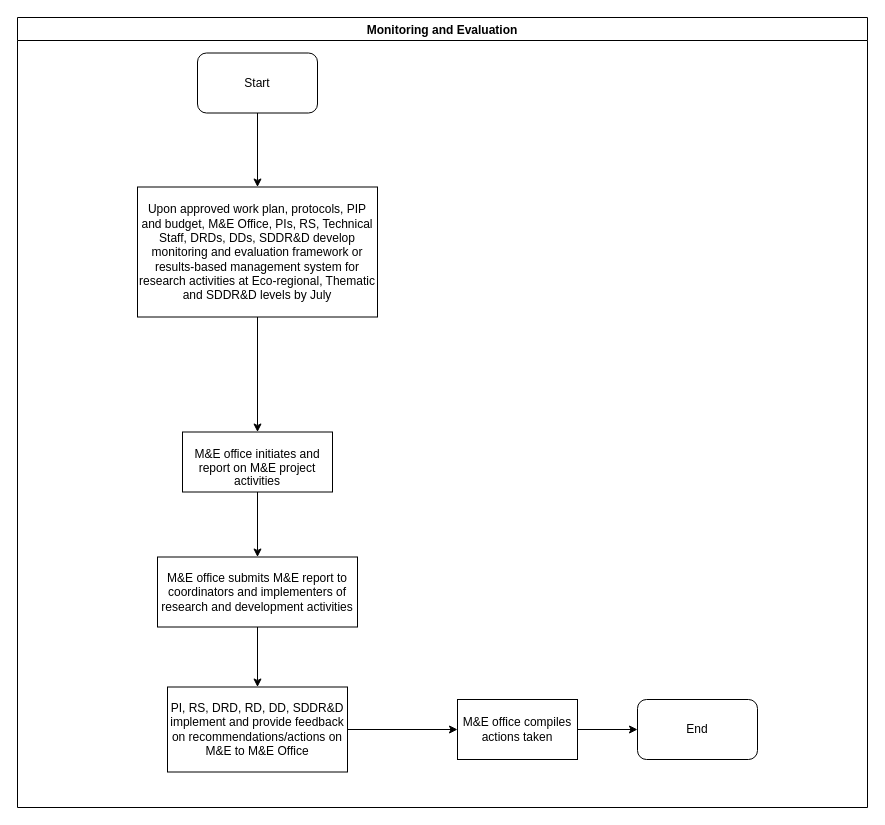
Above: KEFRI-R&D-Monitoring and evaluation.drawio in kmagua/flowcharts (draw.io), before the change. Source tidied: cells renumbered, new cells numbered last; positions are measured from the earlier drawing's top-left corner, leaving out a move shared by most shapes. Both pictures are drawn from the tidied source at 100%, with x=0, y=0 at pixel (17, 17).
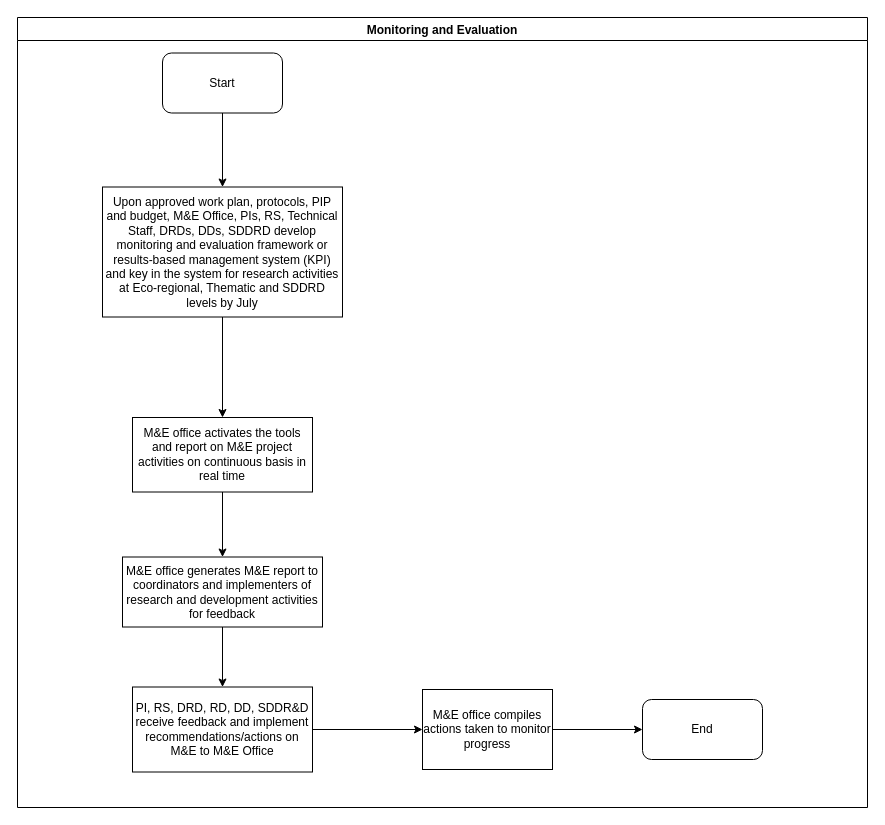
After the change.

Change to the diagram source:
```diff
@@
 <mxGraphModel>
   <root>
     <mxCell id="0" />
     <mxCell id="1" parent="0" />
     <mxCell id="2" value="Monitoring and Evaluation" style="swimlane;" parent="1" vertex="1">
       <mxGeometry width="850" height="790" as="geometry" />
     </mxCell>
     <mxCell id="3" value="Start" style="rounded=1;whiteSpace=wrap;html=1;" parent="2" vertex="1">
-      <mxGeometry x="180" y="35.5" width="120" height="60" as="geometry" />
+      <mxGeometry x="145" y="35.5" width="120" height="60" as="geometry" />
     </mxCell>
-    <mxCell id="4" value="Upon approved work plan, protocols, PIP and budget, M&amp;amp;E Office, PIs, RS, Technical Staff, DRDs, DDs, SDDR&amp;amp;D develop monitoring and evaluation framework or results-based management system for research activities at Eco-regional, Thematic and SDDR&amp;amp;D levels by July" style="rounded=0;whiteSpace=wrap;html=1;" parent="2" vertex="1">
-      <mxGeometry x="120" y="169.5" width="240" height="130" as="geometry" />
+    <mxCell id="4" value="Upon approved work plan, protocols, PIP and budget, M&amp;amp;E Office, PIs, RS, Technical Staff, DRDs, DDs, SDDRD develop monitoring and evaluation framework or results-based management system (KPI) and key in the system for research activities at Eco-regional, Thematic and SDDRD levels by July &lt;br&gt;" style="rounded=0;whiteSpace=wrap;html=1;" parent="2" vertex="1">
+      <mxGeometry x="85" y="169.5" width="240" height="130" as="geometry" />
     </mxCell>
     <mxCell id="5" style="edgeStyle=orthogonalEdgeStyle;rounded=0;jettySize=auto;html=1;" parent="2" edge="1" source="3" target="4">
       <mxGeometry relative="1" as="geometry" />
     </mxCell>
-    <mxCell id="6" value="&lt;p style=&quot;margin-bottom: 0in ; line-height: 115%&quot;&gt;M&amp;amp;E office initiates and report on M&amp;amp;E project activities&lt;/p&gt;" style="whiteSpace=wrap;html=1;rounded=0;" parent="2" vertex="1">
-      <mxGeometry x="165" y="414.5" width="150" height="60" as="geometry" />
+    <mxCell id="6" value="M&amp;amp;E office activates the tools and report on M&amp;amp;E project activities on continuous basis in real time" style="whiteSpace=wrap;html=1;rounded=0;" parent="2" vertex="1">
+      <mxGeometry x="115" y="400" width="180" height="74.5" as="geometry" />
     </mxCell>
     <mxCell id="7" style="edgeStyle=orthogonalEdgeStyle;rounded=0;jettySize=auto;html=1;" parent="2" edge="1" source="4" target="6">
       <mxGeometry relative="1" as="geometry" />
     </mxCell>
-    <mxCell id="8" value="M&amp;amp;E office submits M&amp;amp;E report to coordinators and implementers of research and development activities" style="whiteSpace=wrap;html=1;rounded=0;" parent="2" vertex="1">
-      <mxGeometry x="140" y="539.5" width="200" height="70" as="geometry" />
+    <mxCell id="8" value="M&amp;amp;E office generates M&amp;amp;E report to coordinators and implementers of research and development activities for feedback" style="whiteSpace=wrap;html=1;rounded=0;" parent="2" vertex="1">
+      <mxGeometry x="105" y="539.5" width="200" height="70" as="geometry" />
     </mxCell>
     <mxCell id="9" style="edgeStyle=orthogonalEdgeStyle;rounded=0;jettySize=auto;html=1;" parent="2" edge="1" source="6" target="8">
       <mxGeometry relative="1" as="geometry" />
     </mxCell>
+    <mxCell id="14" value="M&amp;amp;E office compiles actions taken to monitor progress" style="whiteSpace=wrap;html=1;rounded=0;" parent="2" vertex="1">
+      <mxGeometry x="405" y="672" width="130" height="80" as="geometry" />
+    </mxCell>
+    <mxCell id="15" value="End" style="rounded=1;whiteSpace=wrap;html=1;" parent="2" vertex="1">
+      <mxGeometry x="625" y="682" width="120" height="60" as="geometry" />
+    </mxCell>
+    <mxCell id="13" style="edgeStyle=orthogonalEdgeStyle;rounded=0;jettySize=auto;html=1;" parent="2" edge="1" source="14" target="15">
+      <mxGeometry relative="1" as="geometry" />
+    </mxCell>
-    <mxCell id="10" style="edgeStyle=orthogonalEdgeStyle;rounded=0;jettySize=auto;html=1;" parent="1" edge="1" source="11" target="14">
+    <mxCell id="10" style="edgeStyle=orthogonalEdgeStyle;rounded=0;jettySize=auto;html=1;" parent="2" edge="1" source="11" target="14">
       <mxGeometry relative="1" as="geometry" />
     </mxCell>
-    <mxCell id="11" value="PI, RS, DRD, RD, DD, SDDR&amp;amp;D implement and provide feedback on recommendations/actions on M&amp;amp;E to M&amp;amp;E Office" style="whiteSpace=wrap;html=1;rounded=0;" parent="1" vertex="1">
-      <mxGeometry x="150" y="669.5" width="180" height="85" as="geometry" />
+    <mxCell id="11" value="PI, RS, DRD, RD, DD, SDDR&amp;amp;D receive feedback and implement recommendations/actions on M&amp;amp;E to M&amp;amp;E Office" style="whiteSpace=wrap;html=1;rounded=0;" parent="2" vertex="1">
+      <mxGeometry x="115" y="669.5" width="180" height="85" as="geometry" />
     </mxCell>
-    <mxCell id="12" style="edgeStyle=orthogonalEdgeStyle;rounded=0;jettySize=auto;html=1;" parent="1" edge="1" source="8" target="11">
+    <mxCell id="12" style="edgeStyle=orthogonalEdgeStyle;rounded=0;jettySize=auto;html=1;" parent="2" edge="1" source="8" target="11">
       <mxGeometry relative="1" as="geometry" />
     </mxCell>
-    <mxCell id="13" style="edgeStyle=orthogonalEdgeStyle;rounded=0;jettySize=auto;html=1;" parent="1" edge="1" source="14" target="15">
-      <mxGeometry relative="1" as="geometry" />
-    </mxCell>
-    <mxCell id="14" value="M&amp;amp;E office compiles actions taken" style="whiteSpace=wrap;html=1;rounded=0;" parent="1" vertex="1">
-      <mxGeometry x="440" y="682" width="120" height="60" as="geometry" />
-    </mxCell>
-    <mxCell id="15" value="End" style="rounded=1;whiteSpace=wrap;html=1;" parent="1" vertex="1">
-      <mxGeometry x="620" y="682" width="120" height="60" as="geometry" />
-    </mxCell>
   </root>
 </mxGraphModel>
```
